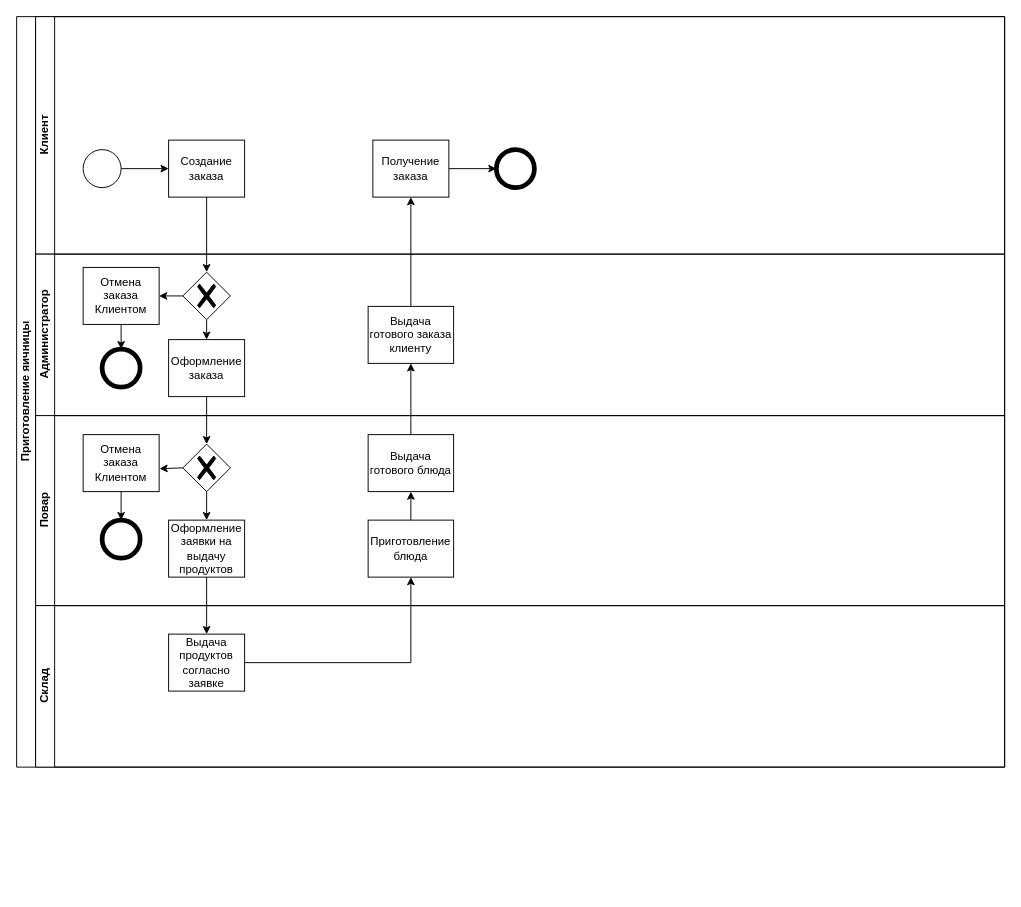
The draw.io diagram Приготовление яичницы.drawio in pytonuserouner/UML_study, before the edit. Source tidied: cells renumbered, new cells numbered last; positions are measured from the earlier drawing's top-left corner, leaving out a move shared by most shapes. Both pictures are drawn from the tidied source at 95%, with x=0, y=0 at pixel (16, 16).
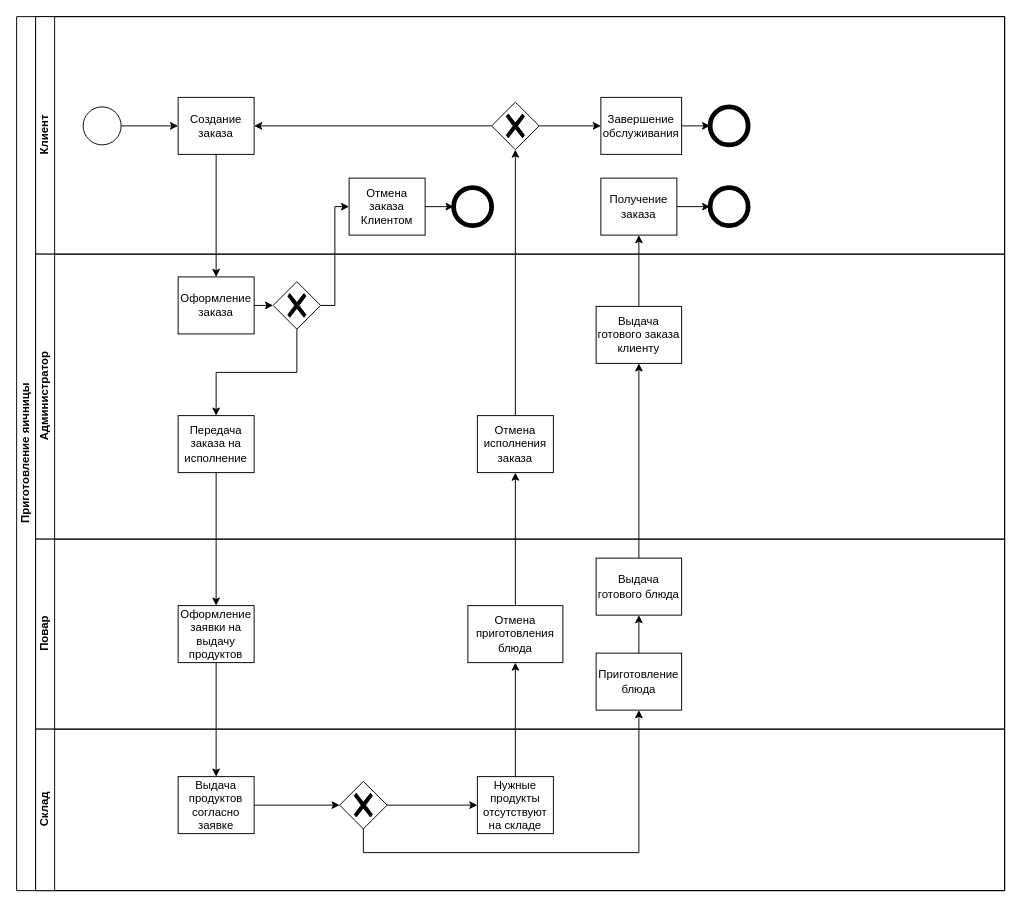
The same diagram, later.

The change refers to these unchanged cells:
```xml
<mxCell id="4" value="Клиент" style="swimlane;html=1;startSize=20;horizontal=0;" parent="2" vertex="1">
  <mxGeometry x="20" width="1020" height="250" as="geometry" />
</mxCell>
```

Change to the diagram source:
```diff
@@
     <mxCell id="2" value="Приготовление яичницы" style="swimlane;html=1;horizontal=0;startSize=20;" parent="1" vertex="1">
-      <mxGeometry width="1040" height="790" as="geometry" />
+      <mxGeometry width="1040" height="920" as="geometry" />
     </mxCell>
@@
     <mxCell id="6" style="ellipse;whiteSpace=wrap;html=1;" parent="4" vertex="1">
-      <mxGeometry x="50" y="140" width="40" height="40" as="geometry" />
+      <mxGeometry x="50" y="95" width="40" height="40" as="geometry" />
     </mxCell>
     <mxCell id="7" value="Создание заказа" style="rounded=0;whiteSpace=wrap;html=1;fontFamily=Helvetica;fontSize=12;fontColor=#000000;align=center;" parent="4" vertex="1">
-      <mxGeometry x="140" y="130" width="80" height="60" as="geometry" />
+      <mxGeometry x="150" y="85" width="80" height="60" as="geometry" />
     </mxCell>
     <mxCell id="8" value="Получение заказа" style="rounded=0;whiteSpace=wrap;html=1;fontFamily=Helvetica;fontSize=12;fontColor=#000000;align=center;" parent="4" vertex="1">
-      <mxGeometry x="355" y="130" width="80" height="60" as="geometry" />
+      <mxGeometry x="595" y="170" width="80" height="60" as="geometry" />
     </mxCell>
     <mxCell id="9" style="ellipse;whiteSpace=wrap;html=1;strokeWidth=5;" parent="4" vertex="1">
-      <mxGeometry x="485" y="140" width="40" height="40" as="geometry" />
+      <mxGeometry x="710" y="180" width="40" height="40" as="geometry" />
     </mxCell>
@@
+    <mxCell id="38" style="points=[[0.25,0.25,0],[0.5,0,0],[0.75,0.25,0],[1,0.5,0],[0.75,0.75,0],[0.5,1,0],[0.25,0.75,0],[0,0.5,0]];shape=mxgraph.bpmn.gateway2;html=1;verticalLabelPosition=bottom;labelBackgroundColor=#ffffff;verticalAlign=top;align=center;perimeter=rhombusPerimeter;outlineConnect=0;outline=none;symbol=none;gwType=exclusive;" parent="4" vertex="1">
+      <mxGeometry x="480" y="90" width="50" height="50" as="geometry" />
+    </mxCell>
+    <mxCell id="15" value="Отмена заказа Клиентом" style="rounded=0;whiteSpace=wrap;html=1;fontFamily=Helvetica;fontSize=12;fontColor=#000000;align=center;" parent="4" vertex="1">
+      <mxGeometry x="330" y="170" width="80" height="60" as="geometry" />
+    </mxCell>
+    <mxCell id="39" style="endArrow=classic;html=1;rounded=0;exitX=0;exitY=0.5;exitDx=0;exitDy=0;exitPerimeter=0;entryX=1;entryY=0.5;entryDx=0;entryDy=0;" parent="4" edge="1" source="38" target="7">
+      <mxGeometry relative="1" as="geometry" />
+    </mxCell>
+    <mxCell id="17" style="ellipse;whiteSpace=wrap;html=1;strokeWidth=5;" parent="4" vertex="1">
+      <mxGeometry x="440" y="180" width="40" height="40" as="geometry" />
+    </mxCell>
+    <mxCell id="18" style="endArrow=classic;html=1;rounded=0;exitX=1;exitY=0.5;exitDx=0;exitDy=0;entryX=0;entryY=0.5;entryDx=0;entryDy=0;" parent="4" edge="1" source="15" target="17">
+      <mxGeometry relative="1" as="geometry" />
+    </mxCell>
+    <mxCell id="40" value="Завершение обслуживания" style="rounded=0;whiteSpace=wrap;html=1;fontFamily=Helvetica;fontSize=12;fontColor=#000000;align=center;" parent="4" vertex="1">
+      <mxGeometry x="595" y="85" width="85" height="60" as="geometry" />
+    </mxCell>
+    <mxCell id="41" style="ellipse;whiteSpace=wrap;html=1;strokeWidth=5;" parent="4" vertex="1">
+      <mxGeometry x="710" y="95" width="40" height="40" as="geometry" />
+    </mxCell>
+    <mxCell id="42" style="endArrow=classic;html=1;rounded=0;entryX=0;entryY=0.5;entryDx=0;entryDy=0;exitX=1;exitY=0.5;exitDx=0;exitDy=0;" parent="4" edge="1" source="40" target="41">
+      <mxGeometry relative="1" as="geometry" />
+    </mxCell>
+    <mxCell id="43" style="endArrow=classic;html=1;rounded=0;entryX=0;entryY=0.5;entryDx=0;entryDy=0;exitX=1;exitY=0.5;exitDx=0;exitDy=0;exitPerimeter=0;" parent="4" edge="1" source="38" target="40">
+      <mxGeometry relative="1" as="geometry" />
+    </mxCell>
     <mxCell id="11" value="Администратор" style="swimlane;html=1;startSize=20;horizontal=0;" parent="2" vertex="1">
-      <mxGeometry x="20" y="250" width="1020" height="170" as="geometry" />
+      <mxGeometry x="20" y="250" width="1020" height="300" as="geometry" />
     </mxCell>
     <mxCell id="12" value="Оформление заказа" style="rounded=0;whiteSpace=wrap;html=1;fontFamily=Helvetica;fontSize=12;fontColor=#000000;align=center;" parent="11" vertex="1">
-      <mxGeometry x="140" y="90" width="80" height="60" as="geometry" />
+      <mxGeometry x="150" y="24" width="80" height="60" as="geometry" />
     </mxCell>
     <mxCell id="13" style="points=[[0.25,0.25,0],[0.5,0,0],[0.75,0.25,0],[1,0.5,0],[0.75,0.75,0],[0.5,1,0],[0.25,0.75,0],[0,0.5,0]];shape=mxgraph.bpmn.gateway2;html=1;verticalLabelPosition=bottom;labelBackgroundColor=#ffffff;verticalAlign=top;align=center;perimeter=rhombusPerimeter;outlineConnect=0;outline=none;symbol=none;gwType=exclusive;" parent="11" vertex="1">
-      <mxGeometry x="155" y="19" width="50" height="50" as="geometry" />
+      <mxGeometry x="250" y="29" width="50" height="50" as="geometry" />
     </mxCell>
+    <mxCell id="19" value="Выдача готового заказа клиенту" style="rounded=0;whiteSpace=wrap;html=1;fontFamily=Helvetica;fontSize=12;fontColor=#000000;align=center;" parent="11" vertex="1">
+      <mxGeometry x="590" y="55" width="90" height="60" as="geometry" />
+    </mxCell>
+    <mxCell id="44" style="endArrow=classic;html=1;rounded=0;exitX=1;exitY=0.5;exitDx=0;exitDy=0;entryX=0;entryY=0.5;entryDx=0;entryDy=0;entryPerimeter=0;" parent="11" edge="1" source="12" target="13">
+      <mxGeometry relative="1" as="geometry" />
+    </mxCell>
-    <mxCell id="14" style="endArrow=classic;html=1;rounded=0;exitX=0.5;exitY=1;exitDx=0;exitDy=0;exitPerimeter=0;entryX=0.5;entryY=0;entryDx=0;entryDy=0;" parent="11" edge="1" source="13" target="12">
+    <mxCell id="14" style="endArrow=classic;html=1;rounded=0;exitX=0.5;exitY=1;exitDx=0;exitDy=0;exitPerimeter=0;entryX=0.5;entryY=0;entryDx=0;entryDy=0;edgeStyle=orthogonalEdgeStyle;" parent="11" edge="1" source="13" target="45">
       <mxGeometry relative="1" as="geometry" />
     </mxCell>
-    <mxCell id="15" value="Отмена заказа Клиентом" style="rounded=0;whiteSpace=wrap;html=1;fontFamily=Helvetica;fontSize=12;fontColor=#000000;align=center;" parent="11" vertex="1">
-      <mxGeometry x="50" y="14" width="80" height="60" as="geometry" />
-    </mxCell>
-    <mxCell id="16" style="endArrow=classic;html=1;rounded=0;exitX=0;exitY=0.5;exitDx=0;exitDy=0;exitPerimeter=0;entryX=1;entryY=0.5;entryDx=0;entryDy=0;" parent="11" edge="1" source="13" target="15">
-      <mxGeometry relative="1" as="geometry" />
-    </mxCell>
-    <mxCell id="17" style="ellipse;whiteSpace=wrap;html=1;strokeWidth=5;" parent="11" vertex="1">
-      <mxGeometry x="70" y="100" width="40" height="40" as="geometry" />
-    </mxCell>
-    <mxCell id="18" style="endArrow=classic;html=1;rounded=0;exitX=0.5;exitY=1;exitDx=0;exitDy=0;entryX=0.5;entryY=0;entryDx=0;entryDy=0;" parent="11" edge="1" source="15" target="17">
-      <mxGeometry relative="1" as="geometry" />
-    </mxCell>
-    <mxCell id="19" value="Выдача готового заказа клиенту" style="rounded=0;whiteSpace=wrap;html=1;fontFamily=Helvetica;fontSize=12;fontColor=#000000;align=center;" parent="11" vertex="1">
-      <mxGeometry x="350" y="55" width="90" height="60" as="geometry" />
-    </mxCell>
+    <mxCell id="45" value="Передача заказа на исполнение" style="rounded=0;whiteSpace=wrap;html=1;fontFamily=Helvetica;fontSize=12;fontColor=#000000;align=center;" parent="11" vertex="1">
+      <mxGeometry x="150" y="170" width="80" height="60" as="geometry" />
+    </mxCell>
+    <mxCell id="46" value="Отмена исполнения заказа" style="rounded=0;whiteSpace=wrap;html=1;fontFamily=Helvetica;fontSize=12;fontColor=#000000;align=center;" parent="11" vertex="1">
+      <mxGeometry x="465" y="170" width="80" height="60" as="geometry" />
+    </mxCell>
     <mxCell id="20" value="Повар" style="swimlane;html=1;startSize=20;horizontal=0;" parent="2" vertex="1">
-      <mxGeometry x="20" y="420" width="1020" height="200" as="geometry" />
+      <mxGeometry x="20" y="550" width="1020" height="200" as="geometry" />
     </mxCell>
     <mxCell id="21" value="Оформление заявки на выдачу продуктов" style="rounded=0;whiteSpace=wrap;html=1;fontFamily=Helvetica;fontSize=12;fontColor=#000000;align=center;" parent="20" vertex="1">
-      <mxGeometry x="140" y="110" width="80" height="60" as="geometry" />
+      <mxGeometry x="150" y="70" width="80" height="60" as="geometry" />
     </mxCell>
-    <mxCell id="22" style="points=[[0.25,0.25,0],[0.5,0,0],[0.75,0.25,0],[1,0.5,0],[0.75,0.75,0],[0.5,1,0],[0.25,0.75,0],[0,0.5,0]];shape=mxgraph.bpmn.gateway2;html=1;verticalLabelPosition=bottom;labelBackgroundColor=#ffffff;verticalAlign=top;align=center;perimeter=rhombusPerimeter;outlineConnect=0;outline=none;symbol=none;gwType=exclusive;" parent="20" vertex="1">
-      <mxGeometry x="155" y="30" width="50" height="50" as="geometry" />
-    </mxCell>
-    <mxCell id="23" style="endArrow=classic;html=1;rounded=0;exitX=0.5;exitY=1;exitDx=0;exitDy=0;exitPerimeter=0;entryX=0.5;entryY=0;entryDx=0;entryDy=0;" parent="20" edge="1" source="22" target="21">
-      <mxGeometry relative="1" as="geometry" />
-    </mxCell>
-    <mxCell id="24" value="Отмена заказа Клиентом" style="rounded=0;whiteSpace=wrap;html=1;fontFamily=Helvetica;fontSize=12;fontColor=#000000;align=center;" parent="20" vertex="1">
-      <mxGeometry x="50" y="20" width="80" height="60" as="geometry" />
-    </mxCell>
-    <mxCell id="25" style="endArrow=classic;html=1;rounded=0;exitX=0;exitY=0.5;exitDx=0;exitDy=0;exitPerimeter=0;entryX=1.006;entryY=0.597;entryDx=0;entryDy=0;entryPerimeter=0;" parent="20" edge="1" source="22" target="24">
-      <mxGeometry relative="1" as="geometry" />
-    </mxCell>
-    <mxCell id="26" style="ellipse;whiteSpace=wrap;html=1;strokeWidth=5;" parent="20" vertex="1">
-      <mxGeometry x="70" y="110" width="40" height="40" as="geometry" />
-    </mxCell>
-    <mxCell id="27" style="endArrow=classic;html=1;rounded=0;entryX=0.5;entryY=0;entryDx=0;entryDy=0;exitX=0.5;exitY=1;exitDx=0;exitDy=0;" parent="20" edge="1" source="24" target="26">
-      <mxGeometry relative="1" as="geometry" />
-    </mxCell>
     <mxCell id="28" value="Приготовление блюда" style="rounded=0;whiteSpace=wrap;html=1;fontFamily=Helvetica;fontSize=12;fontColor=#000000;align=center;" parent="20" vertex="1">
-      <mxGeometry x="350" y="110" width="90" height="60" as="geometry" />
+      <mxGeometry x="590" y="120" width="90" height="60" as="geometry" />
     </mxCell>
     <mxCell id="29" value="Выдача готового блюда" style="rounded=0;whiteSpace=wrap;html=1;fontFamily=Helvetica;fontSize=12;fontColor=#000000;align=center;" parent="20" vertex="1">
-      <mxGeometry x="350" y="20" width="90" height="60" as="geometry" />
+      <mxGeometry x="590" y="20" width="90" height="60" as="geometry" />
     </mxCell>
@@
+    <mxCell id="47" value="Отмена приготовления блюда" style="rounded=0;whiteSpace=wrap;html=1;fontFamily=Helvetica;fontSize=12;fontColor=#000000;align=center;" parent="20" vertex="1">
+      <mxGeometry x="455" y="70" width="100" height="60" as="geometry" />
+    </mxCell>
     <mxCell id="31" value="Склад" style="swimlane;html=1;startSize=20;horizontal=0;" parent="2" vertex="1">
-      <mxGeometry x="20" y="620" width="1020" height="170" as="geometry" />
+      <mxGeometry x="20" y="750" width="1020" height="170" as="geometry" />
     </mxCell>
     <mxCell id="32" value="Выдача продуктов согласно заявке" style="rounded=0;whiteSpace=wrap;html=1;fontFamily=Helvetica;fontSize=12;fontColor=#000000;align=center;" parent="31" vertex="1">
-      <mxGeometry x="140" y="30" width="80" height="60" as="geometry" />
+      <mxGeometry x="150" y="50" width="80" height="60" as="geometry" />
     </mxCell>
+    <mxCell id="48" style="points=[[0.25,0.25,0],[0.5,0,0],[0.75,0.25,0],[1,0.5,0],[0.75,0.75,0],[0.5,1,0],[0.25,0.75,0],[0,0.5,0]];shape=mxgraph.bpmn.gateway2;html=1;verticalLabelPosition=bottom;labelBackgroundColor=#ffffff;verticalAlign=top;align=center;perimeter=rhombusPerimeter;outlineConnect=0;outline=none;symbol=none;gwType=exclusive;" parent="31" vertex="1">
+      <mxGeometry x="320" y="55" width="50" height="50" as="geometry" />
+    </mxCell>
+    <mxCell id="49" style="endArrow=classic;html=1;rounded=0;exitX=1;exitY=0.5;exitDx=0;exitDy=0;entryX=0;entryY=0.5;entryDx=0;entryDy=0;entryPerimeter=0;" parent="31" edge="1" source="32" target="48">
+      <mxGeometry relative="1" as="geometry" />
+    </mxCell>
+    <mxCell id="50" value="Нужные продукты отсутствуют на складе" style="rounded=0;whiteSpace=wrap;html=1;fontFamily=Helvetica;fontSize=12;fontColor=#000000;align=center;" parent="31" vertex="1">
+      <mxGeometry x="465" y="50" width="80" height="60" as="geometry" />
+    </mxCell>
+    <mxCell id="51" style="endArrow=classic;html=1;rounded=0;exitX=1;exitY=0.5;exitDx=0;exitDy=0;exitPerimeter=0;entryX=0;entryY=0.5;entryDx=0;entryDy=0;" parent="31" edge="1" source="48" target="50">
+      <mxGeometry relative="1" as="geometry" />
+    </mxCell>
-    <mxCell id="33" style="endArrow=classic;html=1;rounded=0;exitX=0.5;exitY=1;exitDx=0;exitDy=0;entryX=0.5;entryY=0;entryDx=0;entryDy=0;entryPerimeter=0;" parent="2" edge="1" source="7" target="13">
+    <mxCell id="33" style="endArrow=classic;html=1;rounded=0;exitX=0.5;exitY=1;exitDx=0;exitDy=0;entryX=0.5;entryY=0;entryDx=0;entryDy=0;" parent="2" edge="1" source="7" target="12">
       <mxGeometry relative="1" as="geometry" />
     </mxCell>
-    <mxCell id="34" style="endArrow=classic;html=1;rounded=0;exitX=0.5;exitY=1;exitDx=0;exitDy=0;" parent="2" edge="1" source="12" target="22">
-      <mxGeometry relative="1" as="geometry" />
-    </mxCell>
-    <mxCell id="35" style="endArrow=classic;html=1;rounded=0;exitX=1;exitY=0.5;exitDx=0;exitDy=0;entryX=0.5;entryY=1;entryDx=0;entryDy=0;edgeStyle=orthogonalEdgeStyle;" parent="2" edge="1" source="32" target="28">
-      <mxGeometry relative="1" as="geometry" />
-    </mxCell>
@@
+    <mxCell id="23" style="endArrow=classic;html=1;rounded=0;exitX=0.5;exitY=1;exitDx=0;exitDy=0;entryX=0.5;entryY=0;entryDx=0;entryDy=0;" parent="2" edge="1" source="45" target="21">
+      <mxGeometry relative="1" as="geometry" />
+    </mxCell>
+    <mxCell id="52" style="endArrow=classic;html=1;rounded=0;exitX=0.5;exitY=0;exitDx=0;exitDy=0;entryX=0.5;entryY=1;entryDx=0;entryDy=0;" parent="2" edge="1" source="50" target="47">
+      <mxGeometry relative="1" as="geometry" />
+    </mxCell>
+    <mxCell id="53" style="endArrow=classic;html=1;rounded=0;exitX=0.5;exitY=0;exitDx=0;exitDy=0;entryX=0.5;entryY=1;entryDx=0;entryDy=0;" parent="2" edge="1" source="47" target="46">
+      <mxGeometry relative="1" as="geometry" />
+    </mxCell>
+    <mxCell id="54" style="endArrow=classic;html=1;rounded=0;exitX=0.5;exitY=0;exitDx=0;exitDy=0;entryX=0.5;entryY=1;entryDx=0;entryDy=0;entryPerimeter=0;" parent="2" edge="1" source="46" target="38">
+      <mxGeometry relative="1" as="geometry" />
+    </mxCell>
+    <mxCell id="16" style="endArrow=classic;html=1;rounded=0;exitX=1;exitY=0.5;exitDx=0;exitDy=0;exitPerimeter=0;entryX=0;entryY=0.5;entryDx=0;entryDy=0;edgeStyle=orthogonalEdgeStyle;" parent="2" edge="1" source="13" target="15">
+      <mxGeometry relative="1" as="geometry" />
+    </mxCell>
+    <mxCell id="55" style="endArrow=classic;html=1;rounded=0;exitX=0.5;exitY=1;exitDx=0;exitDy=0;exitPerimeter=0;entryX=0.5;entryY=1;entryDx=0;entryDy=0;edgeStyle=orthogonalEdgeStyle;" parent="2" edge="1" source="48" target="28">
+      <mxGeometry relative="1" as="geometry">
+        <Array as="points">
+          <mxPoint x="365" y="880" />
+          <mxPoint x="655" y="880" />
+        </Array>
+      </mxGeometry>
+    </mxCell>
```
